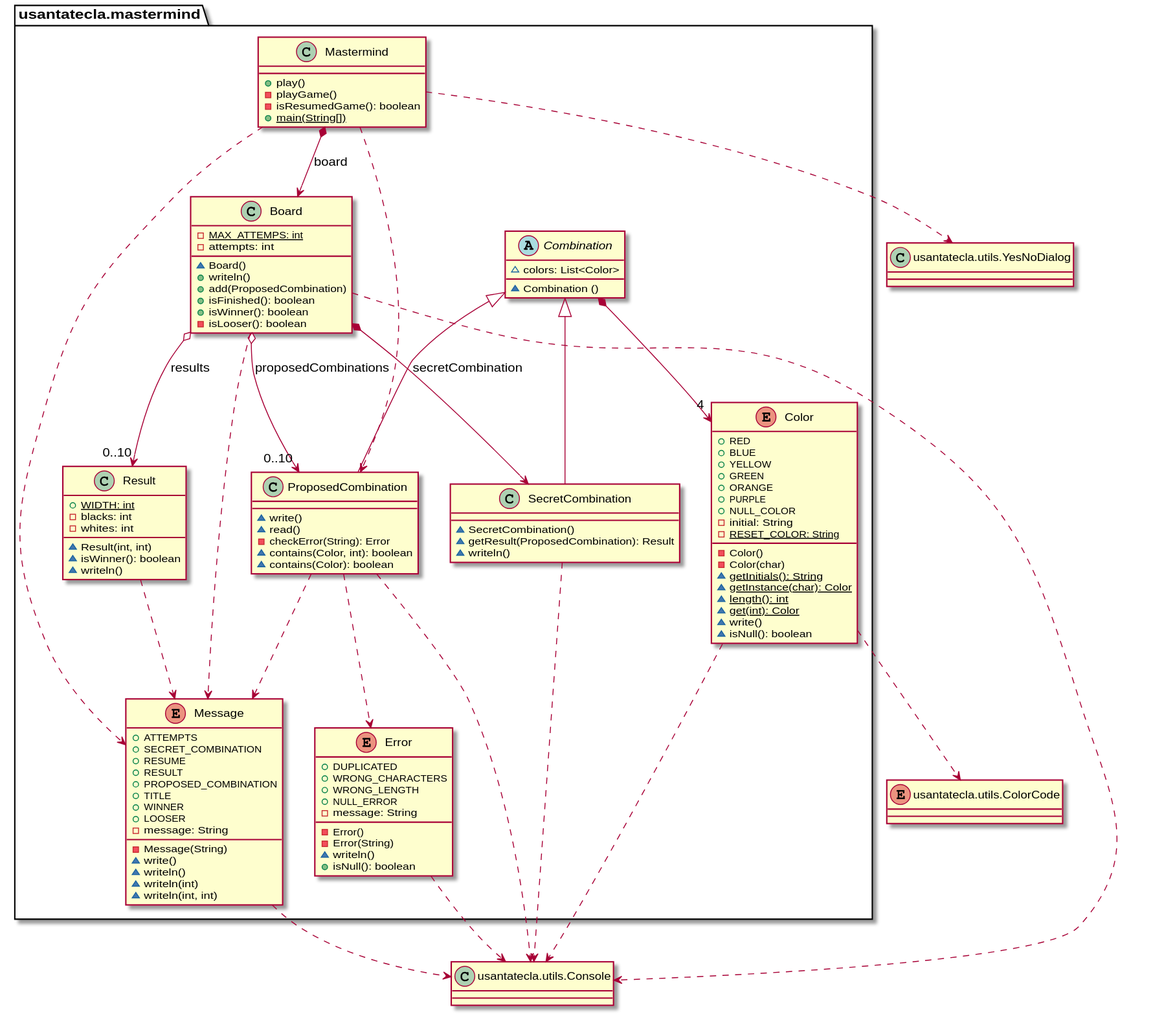
This is domainModel/docs/diagrams/out/paquetes/mastermind.svg from SantaTecla-mastermind/solution.java.swing.socket.sql, a PlantUML export, as it was before one commit. The source it was exported from:
```plantuml
@startuml
package usantatecla.mastermind {
class Mastermind {
	+ play()
	- playGame()
	- isResumedGame(): boolean
	+ {static} main(String[])
}


class Board {
  - MAX_ATTEMPS: {static} int
  - attempts: int
  ~ Board()
  + writeln()
  + add(ProposedCombination)
  + isFinished(): boolean
  + isWinner(): boolean
  - isLooser(): boolean
}

abstract class Combination {
	~ colors: List<Color>
	~ Combination ()
}

class SecretCombination {
	~ SecretCombination()
	~ getResult(ProposedCombination): Result
	~ writeln()
}

class ProposedCombination {
	~write()
	~read()
	- checkError(String): Error
	~ contains(Color, int): boolean
	~ contains(Color): boolean
}

class Result{
	+ WIDTH: {static} int
	- blacks: int
	- whites: int
	~ Result(int, int)
	~ isWinner(): boolean
	~ writeln()
}

enum Color {
	+ RED
	+ BLUE
	+ YELLOW
	+ GREEN
	+ ORANGE
	+ PURPLE
	+ NULL_COLOR
	- initial: String
	- RESET_COLOR: {static} String
	- Color()
	- Color(char)
	~ {static} getInitials(): String
	~ {static} getInstance(char): Color
	~ {static} length(): int
	~ {static} get(int): Color
	~ write()
	~ isNull(): boolean
}

enum Error {
	+ DUPLICATED
	+ WRONG_CHARACTERS
	+ WRONG_LENGTH
	+ NULL_ERROR
	- message: String
	- Error()
	- Error(String)
	~ writeln()
	+ isNull(): boolean
}

enum Message {
	+ ATTEMPTS
	+ SECRET_COMBINATION
	+ RESUME
	+ RESULT
	+ PROPOSED_COMBINATION
	+ TITLE
	+ WINNER
	+ LOOSER
	- message: String
	- Message(String)
	~ write()
	~ writeln()
	~ writeln(int)
	~ writeln(int, int)
}



Mastermind *-down-> Board : board
Mastermind .down.> ProposedCombination
Board *-down-> SecretCombination : secretCombination
Board o-down-> "0..10" ProposedCombination : proposedCombinations
Board o-down-> "0..10" Result : results

Combination *-down-> "4" Color
Combination <|-down- SecretCombination
Combination <|-down- ProposedCombination
ProposedCombination .down.> Error


Mastermind .down.> Message
Board .down.> Message
ProposedCombination .down.> Message
Result .down.> Message

}



class Console as "usantatecla.utils.Console" {


}

class YesNoDialog as "usantatecla.utils.YesNoDialog" {

}

enum ColorCode as "usantatecla.utils.ColorCode" {

}




Board .down.> Console
Color .down.> Console
Color .down.> ColorCode
Error .down.> Console
Message .down.> Console
ProposedCombination .down.> Console
SecretCombination .down.> Console
Mastermind .down.> YesNoDialog
@enduml
```
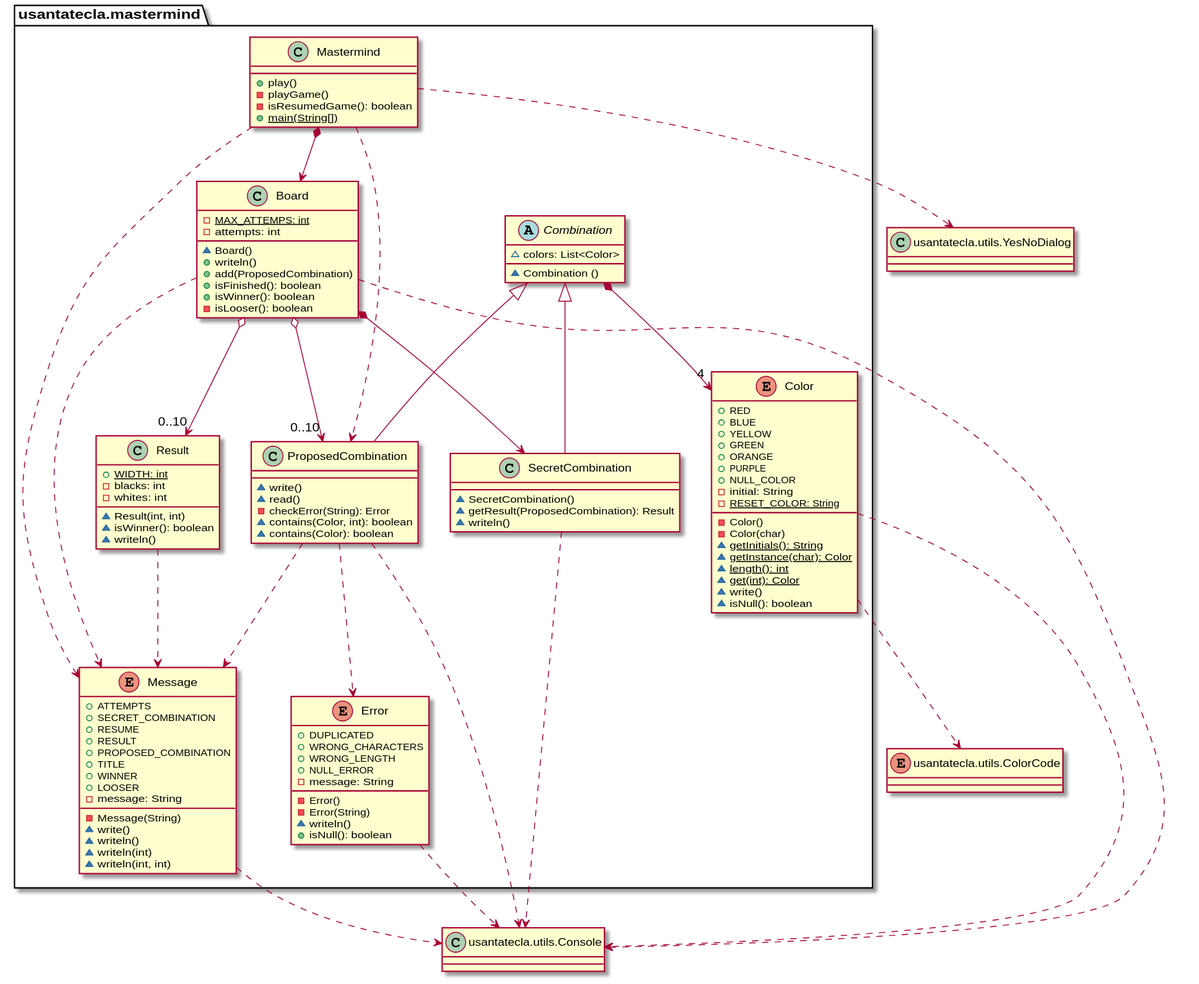
The same diagram one commit later.

Commit message:
DomainModel diagrams finished

Change to the diagram source:
```diff
@@ -98,11 +98,11 @@
 
 
 
-Mastermind *-down-> Board : board
+Mastermind *-down-> Board
 Mastermind .down.> ProposedCombination
-Board *-down-> SecretCombination : secretCombination
-Board o-down-> "0..10" ProposedCombination : proposedCombinations
-Board o-down-> "0..10" Result : results
+Board *-down-> SecretCombination
+Board o-down-> "0..10" ProposedCombination
+Board o-down-> "0..10" Result
 
 Combination *-down-> "4" Color
 Combination <|-down- SecretCombination
```
